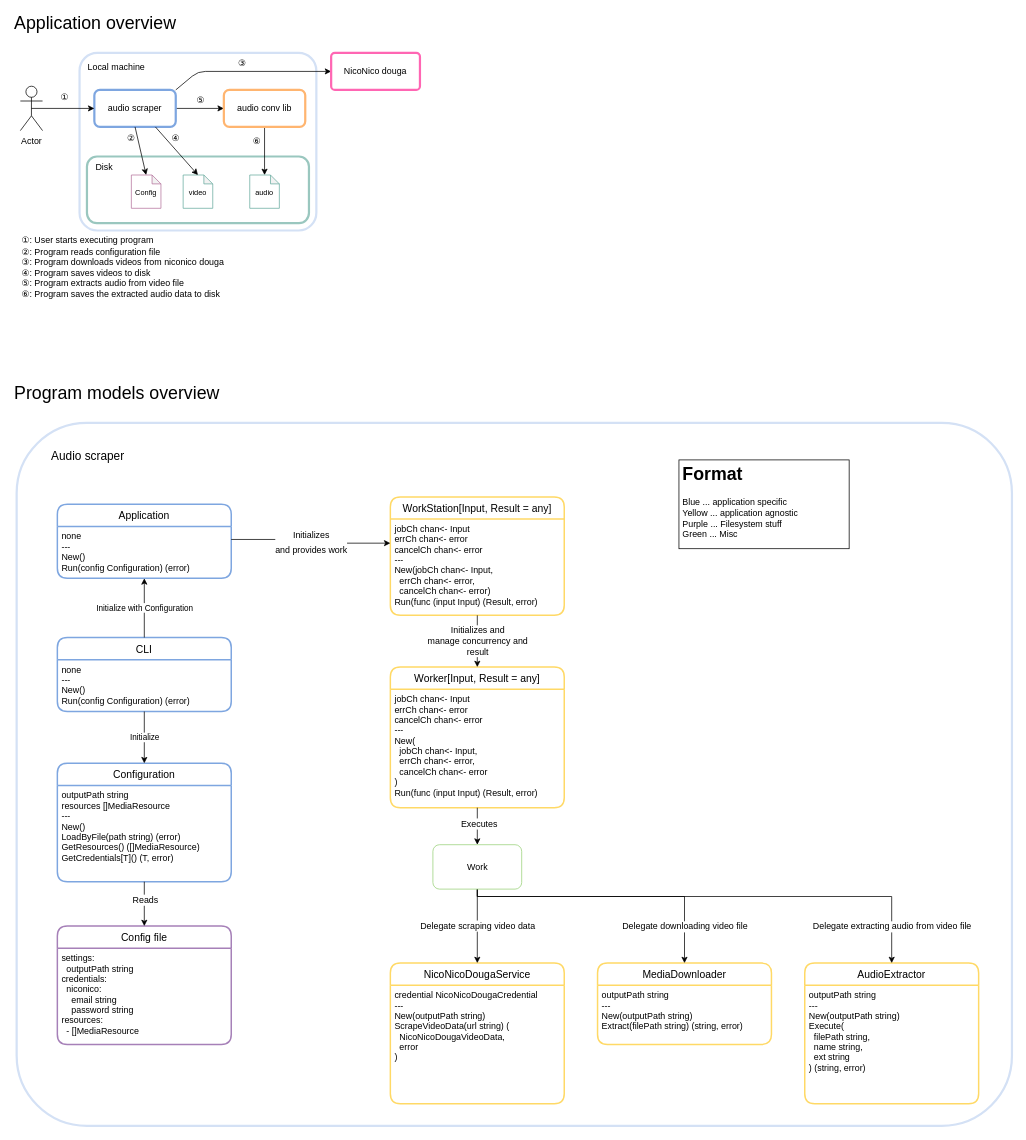
eiji03aero/niconico-scraper keeps this draw.io diagram as docs/features/audioscraper/audio-scraper-design.drawio. Above is the earlier version. Source tidied: cells renumbered, new cells numbered last; positions are measured from the earlier drawing's top-left corner, leaving out a move shared by most shapes. Both pictures are drawn from the tidied source at 74%, with x=0, y=0 at pixel (13, 16).
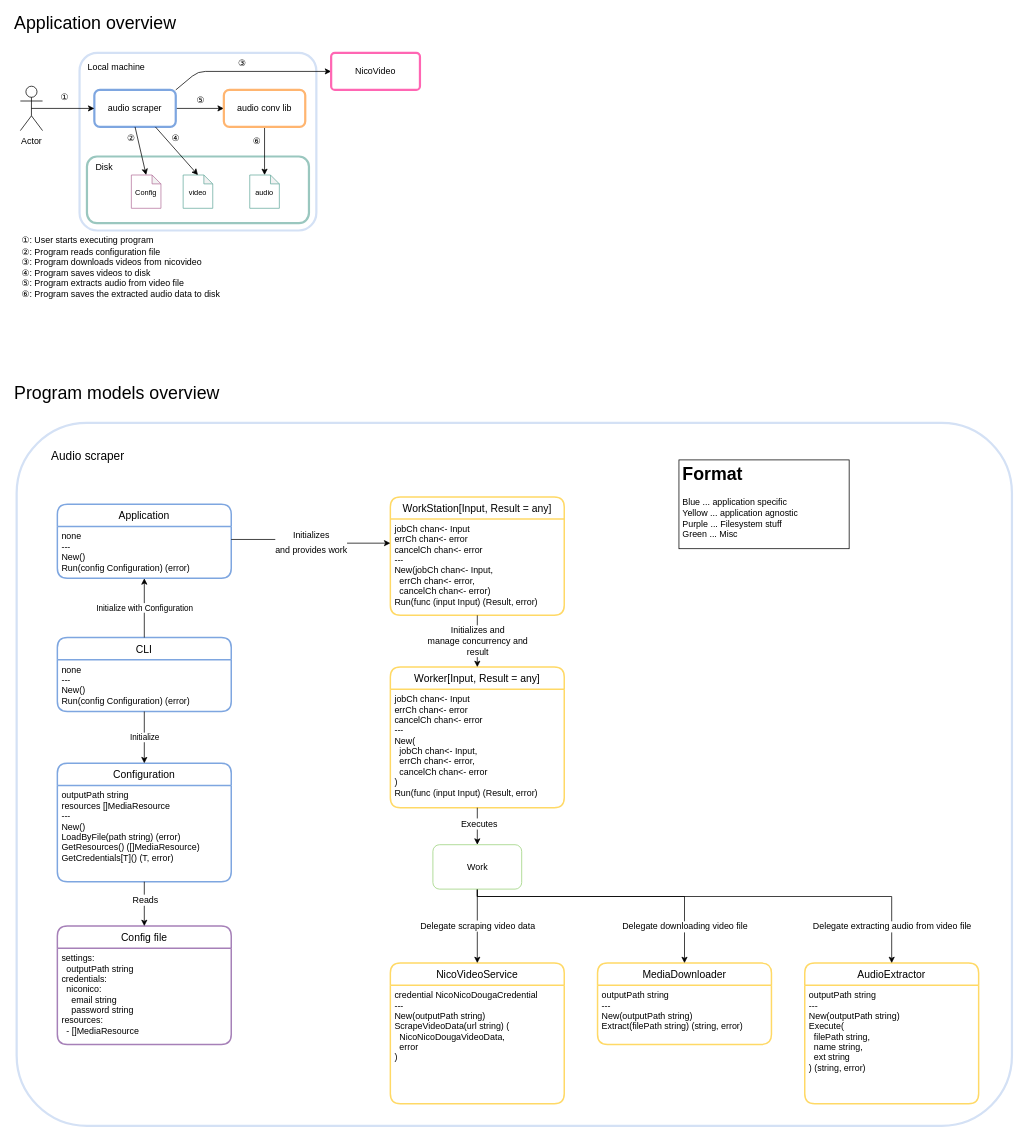
The same page after the edit.

Commit message (it also covers changes not shown here):
refine diagrams

Diff of the diagram source:
```diff
@@
-    <mxCell id="13" value="NicoNico douga" style="rounded=1;arcSize=10;whiteSpace=wrap;html=1;align=center;strokeWidth=3;strokeColor=#FF66B3;" parent="1" vertex="1">
+    <mxCell id="13" value="NicoVideo" style="rounded=1;arcSize=10;whiteSpace=wrap;html=1;align=center;strokeWidth=3;strokeColor=#FF66B3;" parent="1" vertex="1">
       <mxGeometry x="430" y="50" width="120" height="50" as="geometry" />
     </mxCell>
@@
-    <mxCell id="26" value="①: User starts executing program&lt;br&gt;②: Program reads configuration file&lt;br&gt;③: Program downloads videos from niconico douga&lt;br&gt;④: Program saves videos to disk&lt;br&gt;⑤: Program extracts audio from video file&lt;br&gt;⑥: Program saves the extracted audio data to disk" style="text;html=1;strokeColor=none;fillColor=none;align=left;verticalAlign=middle;whiteSpace=wrap;rounded=0;fontSize=12;" parent="1" vertex="1">
+    <mxCell id="26" value="①: User starts executing program&lt;br&gt;②: Program reads configuration file&lt;br&gt;③: Program downloads videos from nicovideo&lt;br&gt;④: Program saves videos to disk&lt;br&gt;⑤: Program extracts audio from video file&lt;br&gt;⑥: Program saves the extracted audio data to disk" style="text;html=1;strokeColor=none;fillColor=none;align=left;verticalAlign=middle;whiteSpace=wrap;rounded=0;fontSize=12;" parent="1" vertex="1">
       <mxGeometry x="10" y="300" width="370" height="80" as="geometry" />
     </mxCell>
@@
-    <mxCell id="54" value="NicoNicoDougaService" style="swimlane;horizontal=1;startSize=30;rounded=1;fontSize=14;fontStyle=0;strokeWidth=2;shadow=0;dashed=0;align=center;fontColor=#000000;strokeColor=#FFD966;" parent="1" vertex="1">
+    <mxCell id="54" value="NicoVideoService" style="swimlane;horizontal=1;startSize=30;rounded=1;fontSize=14;fontStyle=0;strokeWidth=2;shadow=0;dashed=0;align=center;fontColor=#000000;strokeColor=#FFD966;" parent="1" vertex="1">
       <mxGeometry x="510" y="1280" width="235" height="190" as="geometry" />
     </mxCell>
```
